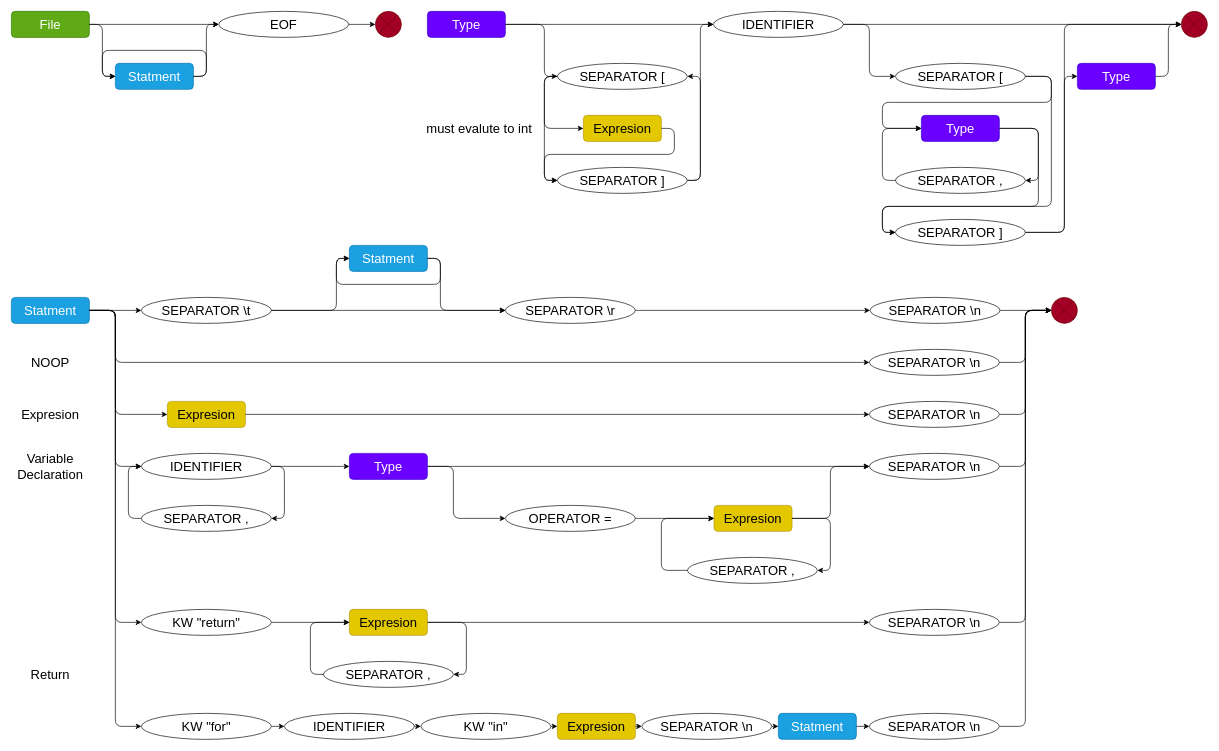
This is flowcharts/Untitled Diagram.drawio from rattle-devs/rattle-compiler, a draw.io file, before an edit. Source tidied: cells renumbered, new cells numbered last; positions are measured from the earlier drawing's top-left corner, leaving out a move shared by most shapes. Both pictures are drawn from the tidied source at 65%, with x=0, y=0 at pixel (11, 11).
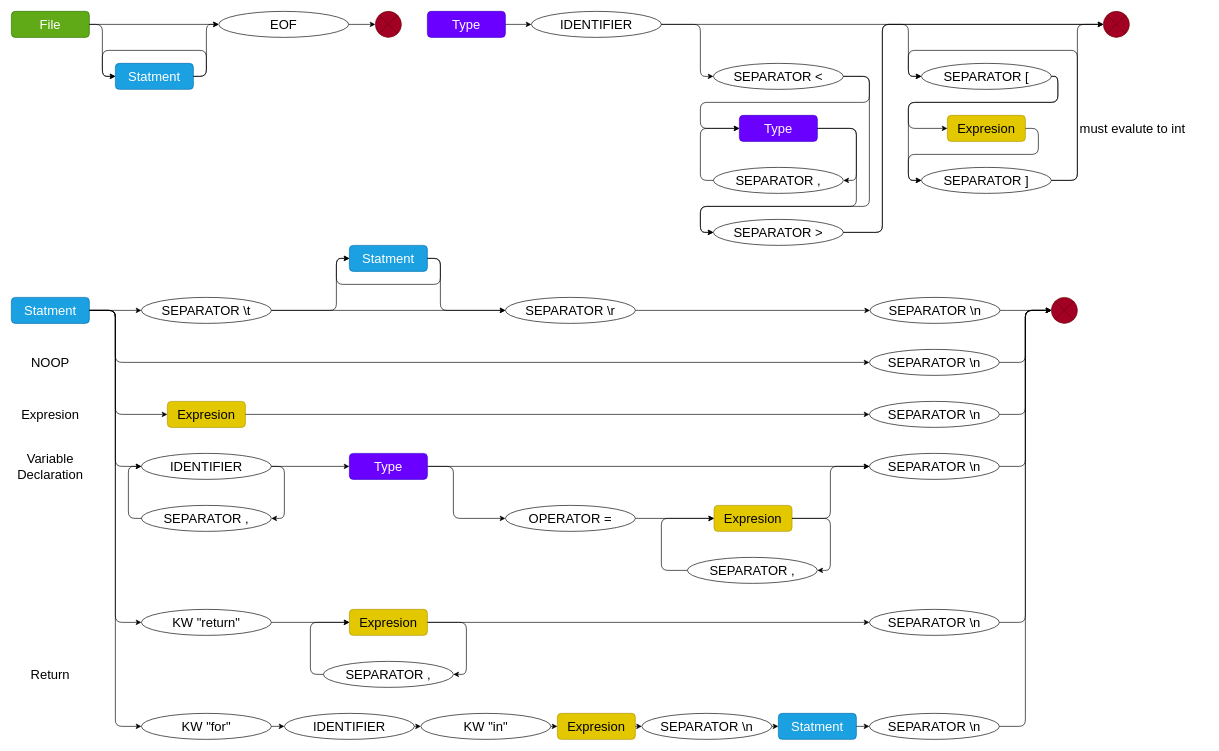
The same page after the edit.

Commit message:
fix(grammar): fized autism

Unchanged cells that the change refers to:
```xml
<mxCell id="61" value="Type" style="rounded=1;whiteSpace=wrap;html=1;shadow=0;fontSize=20;fillColor=#6a00ff;strokeColor=#3700CC;fontColor=#ffffff;" parent="1" vertex="1">
  <mxGeometry x="640" width="120" height="40" as="geometry" />
</mxCell>
```

What changed in the source:
```diff
@@
     <mxCell id="62" value="&lt;font style=&quot;font-size: 20px&quot;&gt;IDENTIFIER&lt;br&gt;&lt;/font&gt;" style="ellipse;whiteSpace=wrap;html=1;rounded=1;shadow=0;" parent="1" vertex="1">
-      <mxGeometry x="1080" width="200" height="40" as="geometry" />
+      <mxGeometry x="800" width="200" height="40" as="geometry" />
     </mxCell>
-    <mxCell id="63" value="&lt;font style=&quot;font-size: 20px&quot;&gt;SEPARATOR [&lt;br&gt;&lt;/font&gt;" style="ellipse;whiteSpace=wrap;html=1;rounded=1;shadow=0;" parent="1" vertex="1">
-      <mxGeometry x="1360" y="80" width="200" height="40" as="geometry" />
+    <mxCell id="63" value="&lt;font style=&quot;font-size: 20px&quot;&gt;SEPARATOR &amp;lt;&lt;br&gt;&lt;/font&gt;" style="ellipse;whiteSpace=wrap;html=1;rounded=1;shadow=0;" parent="1" vertex="1">
+      <mxGeometry x="1080" y="80" width="200" height="40" as="geometry" />
     </mxCell>
-    <mxCell id="64" value="&lt;font style=&quot;font-size: 20px&quot;&gt;SEPARATOR ]&lt;br&gt;&lt;/font&gt;" style="ellipse;whiteSpace=wrap;html=1;rounded=1;shadow=0;" parent="1" vertex="1">
-      <mxGeometry x="1360" y="320" width="200" height="40" as="geometry" />
+    <mxCell id="64" value="&lt;font style=&quot;font-size: 20px&quot;&gt;SEPARATOR &amp;gt;&lt;br&gt;&lt;/font&gt;" style="ellipse;whiteSpace=wrap;html=1;rounded=1;shadow=0;" parent="1" vertex="1">
+      <mxGeometry x="1080" y="320" width="200" height="40" as="geometry" />
     </mxCell>
     <mxCell id="65" style="endArrow=classic;html=1;exitX=1;exitY=0.5;exitDx=0;exitDy=0;entryX=0;entryY=0.5;entryDx=0;entryDy=0;" parent="1" edge="1" source="62" target="63">
       <mxGeometry relative="1" as="geometry">
         <Array as="points">
-          <mxPoint x="1320" y="20" />
-          <mxPoint x="1320" y="100" />
+          <mxPoint x="1060" y="20" />
+          <mxPoint x="1060" y="100" />
         </Array>
       </mxGeometry>
     </mxCell>
@@
     <mxCell id="74" style="verticalLabelPosition=bottom;verticalAlign=top;html=1;shape=mxgraph.flowchart.or;rounded=1;shadow=0;fillColor=#a20025;strokeColor=#6F0000;fontColor=#ffffff;" parent="1" vertex="1">
-      <mxGeometry x="1800" width="40" height="40" as="geometry" />
+      <mxGeometry x="1680" width="40" height="40" as="geometry" />
     </mxCell>
@@
     <mxCell id="76" style="endArrow=classic;html=1;exitX=1;exitY=0.5;exitDx=0;exitDy=0;entryX=0;entryY=0.5;entryDx=0;entryDy=0;" parent="1" edge="1" source="63" target="91">
       <mxGeometry relative="1" as="geometry">
         <Array as="points">
-          <mxPoint x="1600" y="100" />
-          <mxPoint x="1600" y="140" />
-          <mxPoint x="1340" y="140" />
-          <mxPoint x="1340" y="180" />
+          <mxPoint x="1320" y="100" />
+          <mxPoint x="1320" y="140" />
+          <mxPoint x="1060" y="140" />
+          <mxPoint x="1060" y="180" />
         </Array>
       </mxGeometry>
     </mxCell>
-    <mxCell id="77" style="endArrow=classic;html=1;exitX=1;exitY=0.5;exitDx=0;exitDy=0;entryX=0;entryY=0.5;entryDx=0;entryDy=0;entryPerimeter=0;" parent="1" edge="1" source="64" target="74">
+    <mxCell id="77" style="endArrow=classic;html=1;exitX=1;exitY=0.5;exitDx=0;exitDy=0;" parent="1" edge="1" source="64">
       <mxGeometry relative="1" as="geometry">
+        <mxPoint x="1400" y="100" as="targetPoint" />
         <Array as="points">
-          <mxPoint x="1620" y="340" />
-          <mxPoint x="1620" y="20" />
+          <mxPoint x="1340" y="340" />
+          <mxPoint x="1340" y="20" />
+          <mxPoint x="1380" y="20" />
+          <mxPoint x="1380" y="100" />
         </Array>
       </mxGeometry>
     </mxCell>
@@
     <mxCell id="88" value="&lt;font style=&quot;font-size: 20px&quot;&gt;SEPARATOR [&lt;br&gt;&lt;/font&gt;" style="ellipse;whiteSpace=wrap;html=1;rounded=1;shadow=0;" parent="1" vertex="1">
-      <mxGeometry x="840" y="80" width="200" height="40" as="geometry" />
+      <mxGeometry x="1400" y="80" width="200" height="40" as="geometry" />
     </mxCell>
     <mxCell id="89" value="&lt;font style=&quot;font-size: 20px&quot;&gt;SEPARATOR ]&lt;br&gt;&lt;/font&gt;" style="ellipse;whiteSpace=wrap;html=1;rounded=1;shadow=0;" parent="1" vertex="1">
-      <mxGeometry x="840" y="240" width="200" height="40" as="geometry" />
+      <mxGeometry x="1400" y="240" width="200" height="40" as="geometry" />
     </mxCell>
     <mxCell id="90" value="Expresion" style="rounded=1;whiteSpace=wrap;html=1;shadow=0;fontSize=20;fillColor=#e3c800;strokeColor=#B09500;fontColor=#000000;" parent="1" vertex="1">
-      <mxGeometry x="880" y="160" width="120" height="40" as="geometry" />
+      <mxGeometry x="1440" y="160" width="120" height="40" as="geometry" />
     </mxCell>
     <mxCell id="91" value="Type" style="rounded=1;whiteSpace=wrap;html=1;shadow=0;fontSize=20;fillColor=#6a00ff;strokeColor=#3700CC;fontColor=#ffffff;" parent="1" vertex="1">
-      <mxGeometry x="1400" y="160" width="120" height="40" as="geometry" />
+      <mxGeometry x="1120" y="160" width="120" height="40" as="geometry" />
     </mxCell>
-    <mxCell id="92" style="endArrow=classic;html=1;exitX=1;exitY=0.5;exitDx=0;exitDy=0;entryX=0;entryY=0.5;entryDx=0;entryDy=0;" parent="1" edge="1" source="61" target="88">
-      <mxGeometry relative="1" as="geometry">
-        <Array as="points">
-          <mxPoint x="820" y="20" />
-          <mxPoint x="820" y="100" />
-        </Array>
-      </mxGeometry>
-    </mxCell>
     <mxCell id="93" style="endArrow=classic;html=1;exitX=1;exitY=0.5;exitDx=0;exitDy=0;entryX=0;entryY=0.5;entryDx=0;entryDy=0;" parent="1" edge="1" source="90" target="89">
       <mxGeometry relative="1" as="geometry">
         <Array as="points">
-          <mxPoint x="1020" y="180" />
-          <mxPoint x="1020" y="220" />
-          <mxPoint x="820" y="220" />
-          <mxPoint x="820" y="260" />
+          <mxPoint x="1580" y="180" />
+          <mxPoint x="1580" y="220" />
+          <mxPoint x="1380" y="220" />
+          <mxPoint x="1380" y="260" />
         </Array>
       </mxGeometry>
     </mxCell>
-    <mxCell id="94" style="endArrow=classic;html=1;entryX=0;entryY=0.5;entryDx=0;entryDy=0;exitX=0;exitY=0.5;exitDx=0;exitDy=0;" parent="1" edge="1" source="88" target="89">
+    <mxCell id="94" style="endArrow=classic;html=1;exitX=1;exitY=0.5;exitDx=0;exitDy=0;entryX=0;entryY=0.5;entryDx=0;entryDy=0;" parent="1" edge="1" source="88" target="89">
       <mxGeometry relative="1" as="geometry">
         <Array as="points">
-          <mxPoint x="820" y="100" />
-          <mxPoint x="820" y="260" />
+          <mxPoint x="1610" y="100" />
+          <mxPoint x="1610" y="140" />
+          <mxPoint x="1380" y="140" />
+          <mxPoint x="1380" y="260" />
         </Array>
       </mxGeometry>
     </mxCell>
-    <mxCell id="95" style="endArrow=classic;html=1;entryX=0;entryY=0.5;entryDx=0;entryDy=0;exitX=0;exitY=0.5;exitDx=0;exitDy=0;" parent="1" edge="1" source="88" target="90">
+    <mxCell id="95" style="endArrow=classic;html=1;exitX=1;exitY=0.5;exitDx=0;exitDy=0;entryX=0;entryY=0.5;entryDx=0;entryDy=0;" parent="1" edge="1" source="88" target="90">
       <mxGeometry relative="1" as="geometry">
         <Array as="points">
-          <mxPoint x="820" y="100" />
-          <mxPoint x="820" y="180" />
+          <mxPoint x="1610" y="100" />
+          <mxPoint x="1610" y="140" />
+          <mxPoint x="1380" y="140" />
+          <mxPoint x="1380" y="180" />
         </Array>
       </mxGeometry>
     </mxCell>
-    <mxCell id="96" style="endArrow=classic;html=1;exitX=1;exitY=0.5;exitDx=0;exitDy=0;entryX=1;entryY=0.5;entryDx=0;entryDy=0;" parent="1" edge="1" source="89" target="88">
+    <mxCell id="96" style="endArrow=classic;html=1;exitX=1;exitY=0.5;exitDx=0;exitDy=0;entryX=0;entryY=0.5;entryDx=0;entryDy=0;" parent="1" edge="1" source="89" target="88">
       <mxGeometry relative="1" as="geometry">
         <Array as="points">
-          <mxPoint x="1060" y="260" />
-          <mxPoint x="1060" y="100" />
+          <mxPoint x="1640" y="260" />
+          <mxPoint x="1640" y="60" />
+          <mxPoint x="1380" y="60" />
+          <mxPoint x="1380" y="100" />
         </Array>
       </mxGeometry>
     </mxCell>
-    <mxCell id="97" style="endArrow=classic;html=1;exitX=1;exitY=0.5;exitDx=0;exitDy=0;entryX=0;entryY=0.5;entryDx=0;entryDy=0;" parent="1" edge="1" source="89" target="62">
+    <mxCell id="97" style="endArrow=classic;html=1;exitX=1;exitY=0.5;exitDx=0;exitDy=0;entryX=0;entryY=0.5;entryDx=0;entryDy=0;entryPerimeter=0;" parent="1" edge="1" source="89" target="74">
       <mxGeometry relative="1" as="geometry">
         <Array as="points">
-          <mxPoint x="1060" y="260" />
-          <mxPoint x="1060" y="20" />
+          <mxPoint x="1640" y="260" />
+          <mxPoint x="1640" y="20" />
         </Array>
       </mxGeometry>
     </mxCell>
     <mxCell id="98" value="&lt;font style=&quot;font-size: 20px&quot;&gt;must evalute to int&lt;/font&gt;" style="text;html=1;strokeColor=none;fillColor=none;align=center;verticalAlign=middle;whiteSpace=wrap;rounded=0;" parent="1" vertex="1">
-      <mxGeometry x="620" y="160" width="200" height="40" as="geometry" />
+      <mxGeometry x="1640" y="160" width="170" height="40" as="geometry" />
     </mxCell>
     <mxCell id="99" value="&lt;font style=&quot;font-size: 20px&quot;&gt;SEPARATOR ,&lt;br&gt;&lt;/font&gt;" style="ellipse;whiteSpace=wrap;html=1;rounded=1;shadow=0;" parent="1" vertex="1">
-      <mxGeometry x="1360" y="240" width="200" height="40" as="geometry" />
+      <mxGeometry x="1080" y="240" width="200" height="40" as="geometry" />
     </mxCell>
     <mxCell id="100" style="endArrow=classic;html=1;entryX=0;entryY=0.5;entryDx=0;entryDy=0;exitX=0;exitY=0.5;exitDx=0;exitDy=0;" parent="1" edge="1" source="99" target="91">
       <mxGeometry relative="1" as="geometry">
         <Array as="points">
-          <mxPoint x="1340" y="260" />
-          <mxPoint x="1340" y="180" />
+          <mxPoint x="1060" y="260" />
+          <mxPoint x="1060" y="180" />
         </Array>
       </mxGeometry>
     </mxCell>
     <mxCell id="101" style="endArrow=classic;html=1;entryX=1;entryY=0.5;entryDx=0;entryDy=0;exitX=1;exitY=0.5;exitDx=0;exitDy=0;" parent="1" edge="1" source="91" target="99">
       <mxGeometry relative="1" as="geometry">
         <Array as="points">
-          <mxPoint x="1580" y="180" />
-          <mxPoint x="1580" y="260" />
+          <mxPoint x="1300" y="180" />
+          <mxPoint x="1300" y="260" />
         </Array>
       </mxGeometry>
     </mxCell>
@@
-    <mxCell id="103" style="endArrow=classic;html=1;exitX=1;exitY=0.5;exitDx=0;exitDy=0;entryX=0;entryY=0.5;entryDx=0;entryDy=0;" parent="1" edge="1" source="64" target="104">
-      <mxGeometry relative="1" as="geometry">
-        <Array as="points">
-          <mxPoint x="1620" y="340" />
-          <mxPoint x="1620" y="100" />
-        </Array>
-      </mxGeometry>
-    </mxCell>
-    <mxCell id="104" value="Type" style="rounded=1;whiteSpace=wrap;html=1;shadow=0;fontSize=20;fillColor=#6a00ff;strokeColor=#3700CC;fontColor=#ffffff;" parent="1" vertex="1">
-      <mxGeometry x="1640" y="80" width="120" height="40" as="geometry" />
-    </mxCell>
-    <mxCell id="105" style="endArrow=classic;html=1;exitX=1;exitY=0.5;exitDx=0;exitDy=0;entryX=0;entryY=0.5;entryDx=0;entryDy=0;entryPerimeter=0;" parent="1" edge="1" source="104" target="74">
-      <mxGeometry relative="1" as="geometry">
-        <Array as="points">
-          <mxPoint x="1780" y="100" />
-          <mxPoint x="1780" y="20" />
-        </Array>
-      </mxGeometry>
-    </mxCell>
     <mxCell id="106" style="endArrow=classic;html=1;exitX=1;exitY=0.5;exitDx=0;exitDy=0;entryX=0;entryY=0.5;entryDx=0;entryDy=0;" parent="1" edge="1" source="63" target="64">
       <mxGeometry relative="1" as="geometry">
         <Array as="points">
-          <mxPoint x="1600" y="100" />
-          <mxPoint x="1600" y="300" />
-          <mxPoint x="1340" y="300" />
-          <mxPoint x="1340" y="340" />
+          <mxPoint x="1320" y="100" />
+          <mxPoint x="1320" y="300" />
+          <mxPoint x="1060" y="300" />
+          <mxPoint x="1060" y="340" />
         </Array>
       </mxGeometry>
     </mxCell>
     <mxCell id="107" style="endArrow=classic;html=1;exitX=1;exitY=0.5;exitDx=0;exitDy=0;" parent="1" edge="1" source="91">
       <mxGeometry relative="1" as="geometry">
-        <mxPoint x="1360" y="340" as="targetPoint" />
+        <mxPoint x="1080" y="340" as="targetPoint" />
         <Array as="points">
-          <mxPoint x="1580" y="180" />
-          <mxPoint x="1580" y="300" />
-          <mxPoint x="1340" y="300" />
-          <mxPoint x="1340" y="340" />
+          <mxPoint x="1300" y="180" />
+          <mxPoint x="1300" y="300" />
+          <mxPoint x="1060" y="300" />
+          <mxPoint x="1060" y="340" />
         </Array>
       </mxGeometry>
     </mxCell>
+    <mxCell id="108" style="endArrow=classic;html=1;exitX=1;exitY=0.5;exitDx=0;exitDy=0;entryX=0;entryY=0.5;entryDx=0;entryDy=0;entryPerimeter=0;" parent="1" edge="1" source="64" target="74">
+      <mxGeometry relative="1" as="geometry">
+        <Array as="points">
+          <mxPoint x="1340" y="340" />
+          <mxPoint x="1340" y="20" />
+        </Array>
+      </mxGeometry>
+    </mxCell>
```
